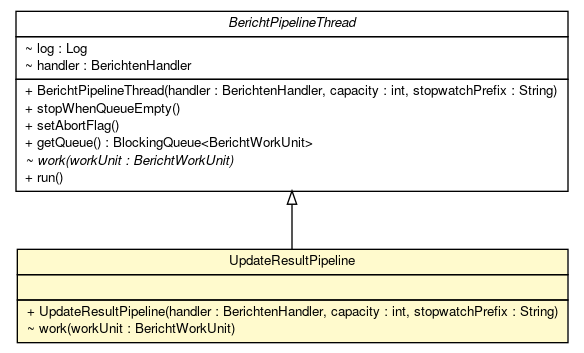
Above: brmo-loader/apidocs/nl/b3p/brmo/loader/pipeline/UpdateResultPipeline.png in B3Partners/brmo (Graphviz), before the change. Its source is kept beside it as brmo-loader/apidocs/nl/b3p/brmo/loader/pipeline/UpdateResultPipeline.dot.
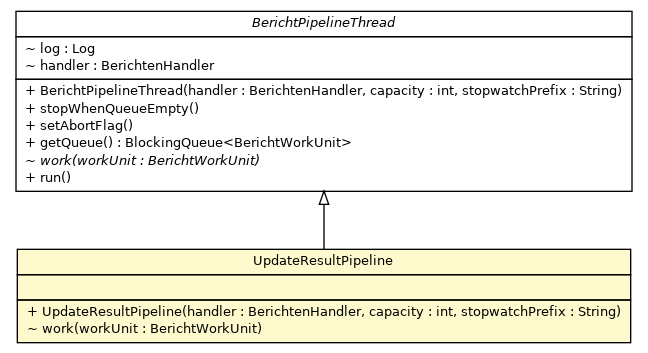
Later version of the same file.

Change to the diagram source:
```diff
@@ -4,19 +4,7 @@
 	node [fontname="Helvetica",fontsize=10,shape=plaintext];
 	nodesep=0.25;
 	ranksep=0.5;
-	c3011 [label=<<table title="nl.b3p.brmo.loader.pipeline.UpdateResultPipeline" border="0" cellborder="1" cellspacing="0" cellpadding="2" port="p" bgcolor="lemonChiffon" href="./UpdateResultPipeline.html">
-		<tr><td><table border="0" cellspacing="0" cellpadding="1">
-<tr><td align="center" balign="center"> UpdateResultPipeline </td></tr>
-		</table></td></tr>
-		<tr><td><table border="0" cellspacing="0" cellpadding="1">
-<tr><td align="left" balign="left">  </td></tr>
-		</table></td></tr>
-		<tr><td><table border="0" cellspacing="0" cellpadding="1">
-<tr><td align="left" balign="left"> + UpdateResultPipeline(handler : BerichtenHandler, capacity : int, stopwatchPrefix : String) </td></tr>
-<tr><td align="left" balign="left"> ~ work(workUnit : BerichtWorkUnit) </td></tr>
-		</table></td></tr>
-		</table>>, URL="./UpdateResultPipeline.html", fontname="Helvetica", fontcolor="black", fontsize=10.0];
-	c3013 [label=<<table title="nl.b3p.brmo.loader.pipeline.BerichtPipelineThread" border="0" cellborder="1" cellspacing="0" cellpadding="2" port="p" href="./BerichtPipelineThread.html">
+	c2973 [label=<<table title="nl.b3p.brmo.loader.pipeline.BerichtPipelineThread" border="0" cellborder="1" cellspacing="0" cellpadding="2" port="p" href="./BerichtPipelineThread.html">
 		<tr><td><table border="0" cellspacing="0" cellpadding="1">
 <tr><td align="center" balign="center"><font face="Helvetica-Oblique"> BerichtPipelineThread </font></td></tr>
 		</table></td></tr>
@@ -33,5 +21,17 @@
 <tr><td align="left" balign="left"> + run() </td></tr>
 		</table></td></tr>
 		</table>>, URL="./BerichtPipelineThread.html", fontname="Helvetica", fontcolor="black", fontsize=10.0];
-	c3013:p -> c3011:p [dir=back,arrowtail=empty];
+	c2976 [label=<<table title="nl.b3p.brmo.loader.pipeline.UpdateResultPipeline" border="0" cellborder="1" cellspacing="0" cellpadding="2" port="p" bgcolor="lemonChiffon" href="./UpdateResultPipeline.html">
+		<tr><td><table border="0" cellspacing="0" cellpadding="1">
+<tr><td align="center" balign="center"> UpdateResultPipeline </td></tr>
+		</table></td></tr>
+		<tr><td><table border="0" cellspacing="0" cellpadding="1">
+<tr><td align="left" balign="left">  </td></tr>
+		</table></td></tr>
+		<tr><td><table border="0" cellspacing="0" cellpadding="1">
+<tr><td align="left" balign="left"> + UpdateResultPipeline(handler : BerichtenHandler, capacity : int, stopwatchPrefix : String) </td></tr>
+<tr><td align="left" balign="left"> ~ work(workUnit : BerichtWorkUnit) </td></tr>
+		</table></td></tr>
+		</table>>, URL="./UpdateResultPipeline.html", fontname="Helvetica", fontcolor="black", fontsize=10.0];
+	c2973:p -> c2976:p [dir=back,arrowtail=empty];
 }
```
